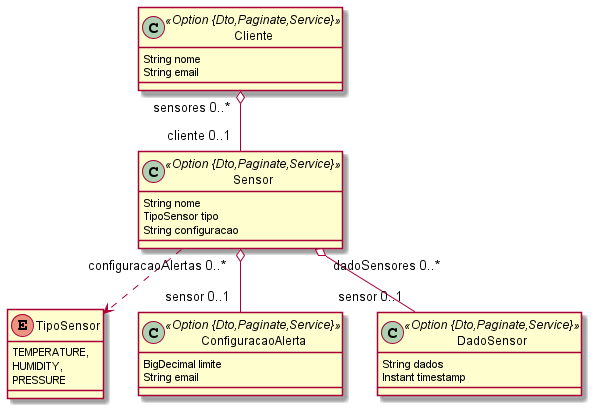
Earlier version of the PlantUML export smartiot.png (fabriciocs/smartiot).
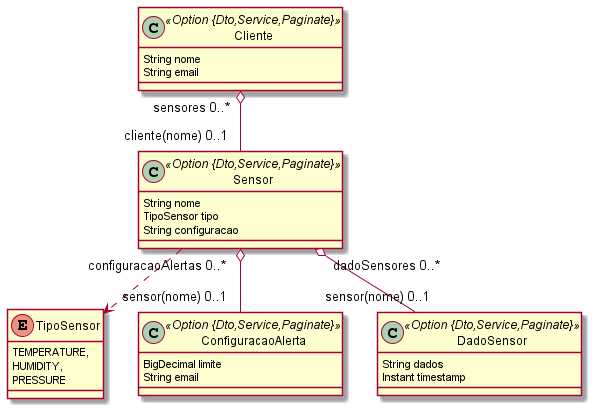
The same file after the commit.

What changed in the source:
```diff
@@ -5,25 +5,25 @@
 		HUMIDITY,
 		PRESSURE
 	}
-	class Cliente <<Option {Dto,Paginate,Service}>> {
+	class Cliente <<Option {Dto,Service,Paginate}>> {
 		String nome
 		String email
 	}
-	class Sensor <<Option {Dto,Paginate,Service}>> {
+	class Sensor <<Option {Dto,Service,Paginate}>> {
 		String nome
 		TipoSensor tipo
 		String configuracao
 	}
 	Sensor ..> TipoSensor
-	class ConfiguracaoAlerta <<Option {Dto,Paginate,Service}>> {
+	class ConfiguracaoAlerta <<Option {Dto,Service,Paginate}>> {
 		BigDecimal limite
 		String email
 	}
-	class DadoSensor <<Option {Dto,Paginate,Service}>> {
+	class DadoSensor <<Option {Dto,Service,Paginate}>> {
 		String dados
 		Instant timestamp
 	}
-	Cliente  "sensores 0..* " o-- "cliente 0..1 "  Sensor
-	Sensor  "configuracaoAlertas 0..* " o-- "sensor 0..1 "  ConfiguracaoAlerta
-	Sensor  "dadoSensores 0..* " o-- "sensor 0..1 "  DadoSensor
+	Cliente  "sensores 0..* " o-- "cliente(nome) 0..1 "  Sensor
+	Sensor  "configuracaoAlertas 0..* " o-- "sensor(nome) 0..1 "  ConfiguracaoAlerta
+	Sensor  "dadoSensores 0..* " o-- "sensor(nome) 0..1 "  DadoSensor
 @enduml
```
